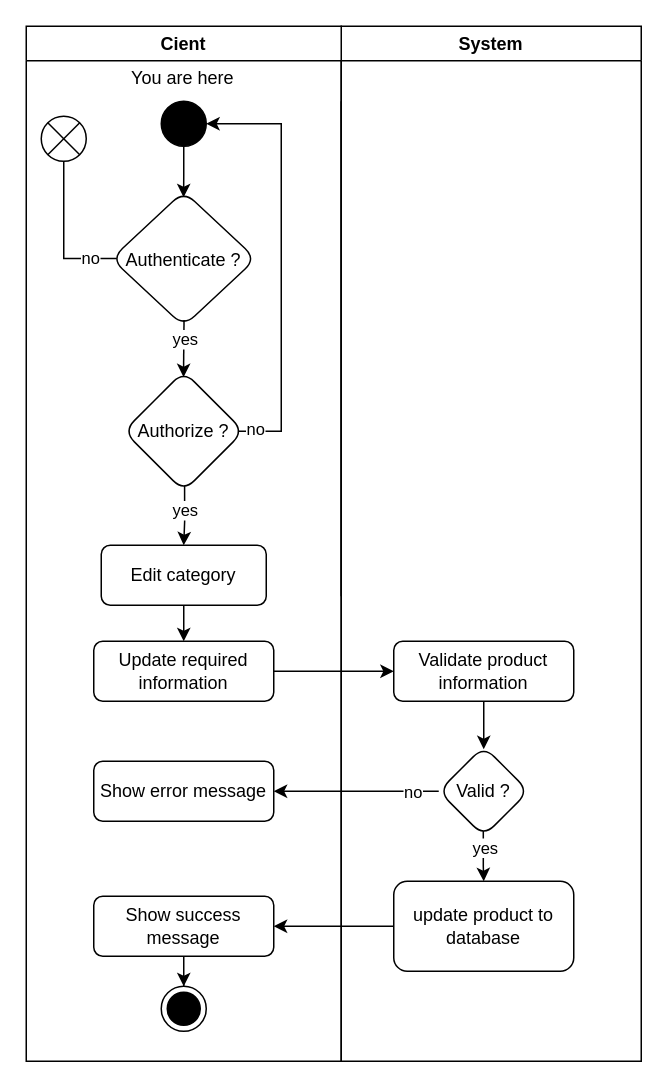
VuthyPanha/Public-test keeps this draw.io diagram as page "Page-2" (2 of 5) of activity diagram for product category.drawio. Above is the earlier version. Source tidied: cells renumbered, new cells numbered last; positions are measured from the earlier drawing's top-left corner, leaving out a move shared by most shapes. Both pictures are drawn from the tidied source at 150%, with x=0, y=0 at pixel (26, 26).
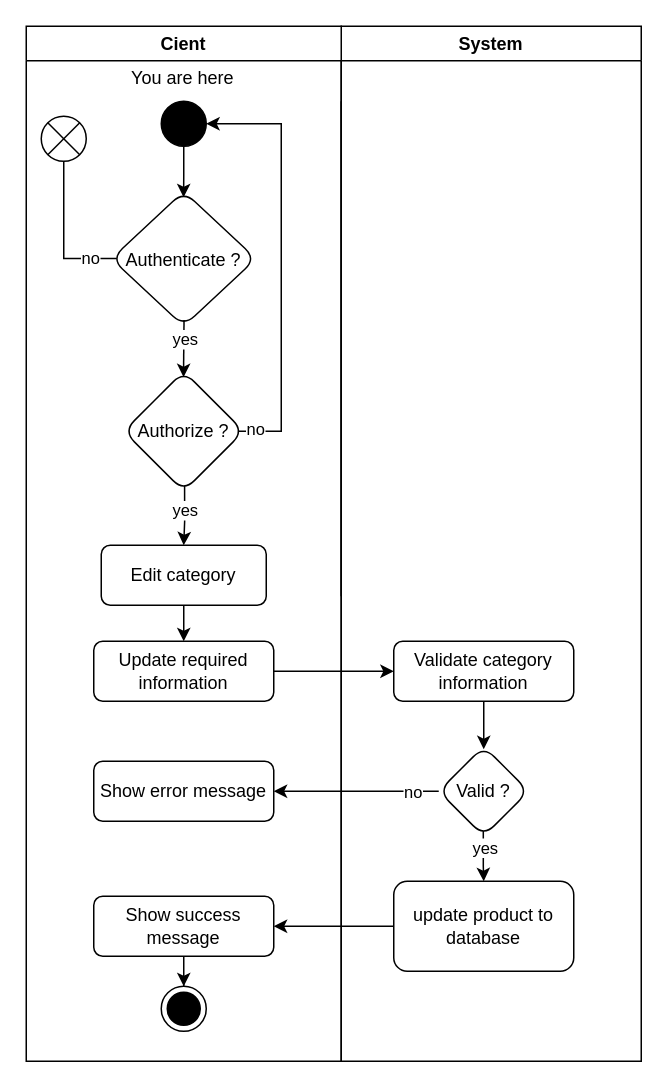
Above is the later version.

What changed in the source:
```diff
@@
-    <mxCell id="19" value="Validate product information" style="whiteSpace=wrap;html=1;rounded=1;" parent="1" vertex="1">
+    <mxCell id="19" value="Validate category information" style="whiteSpace=wrap;html=1;rounded=1;" parent="1" vertex="1">
       <mxGeometry x="245" y="410" width="120" height="40" as="geometry" />
     </mxCell>
```
